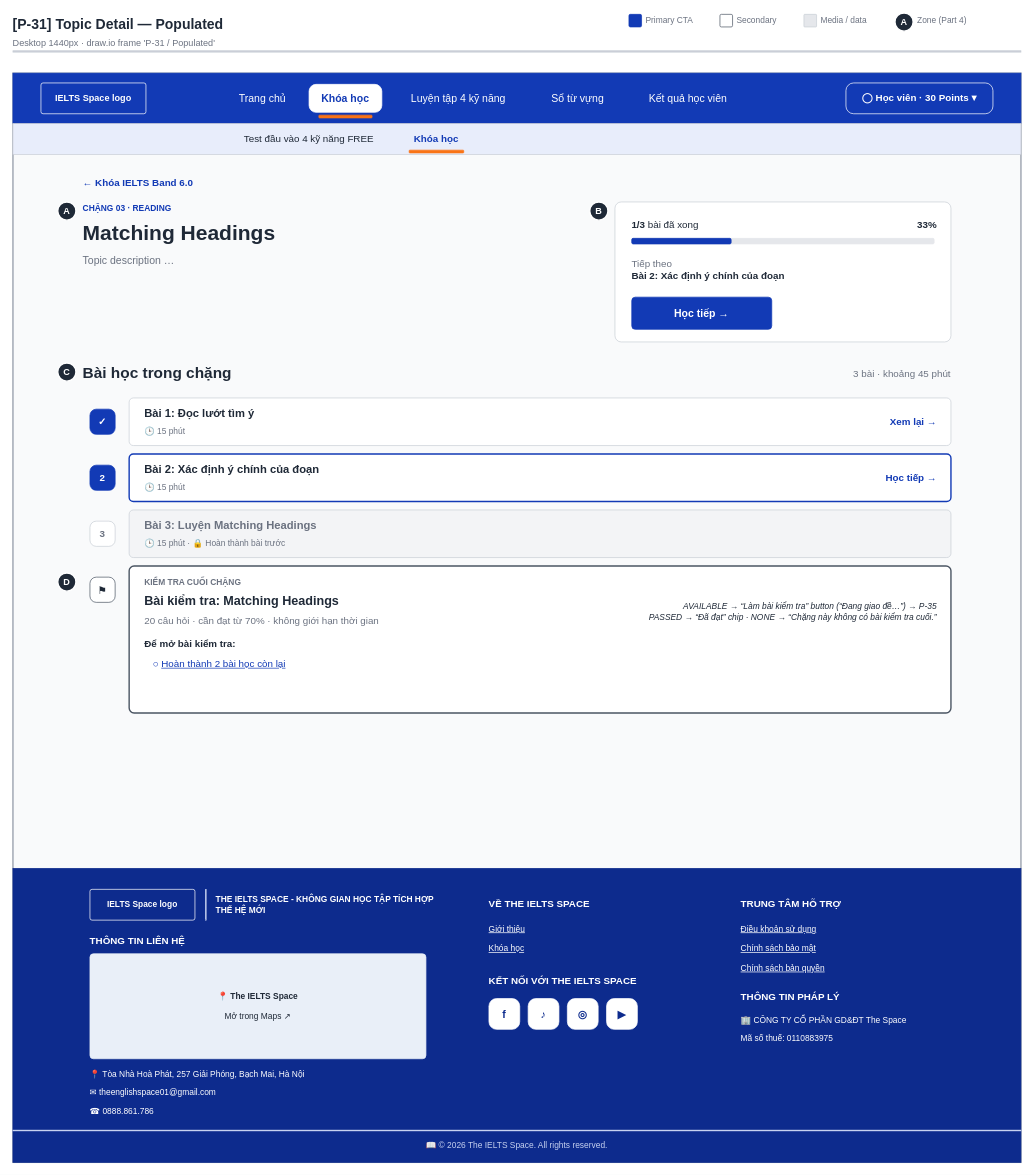
Earlier version of the draw.io diagram page "P-31 / Populated" (1 of 2) of wireframes/screens/P-31_TopicDetail.drawio (IeltsPath-Platform/docs). Source tidied: cells renumbered, new cells numbered last; positions are measured from the earlier drawing's top-left corner, leaving out a move shared by most shapes. Both pictures are drawn from the tidied source at 70%, with x=0, y=0 at pixel (13, 13).
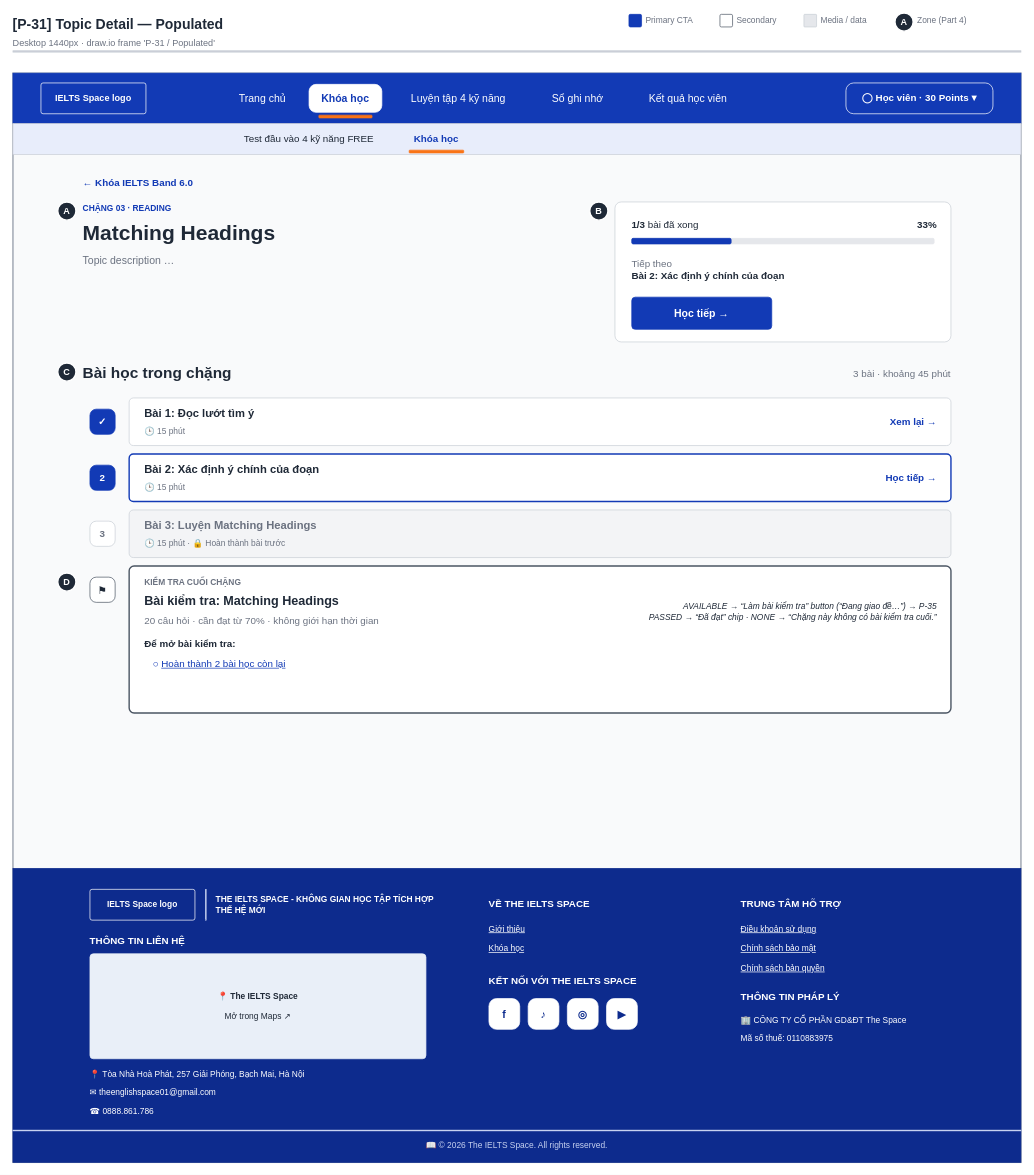
The same diagram, later.

The edit, as a diff of the source:
```diff
@@
-    <mxCell id="20" value="Sổ từ vựng" style="text;html=1;whiteSpace=wrap;align=center;verticalAlign=middle;fontFamily=Arial;fontSize=15;fontColor=#FFFFFF;fontStyle=0;spacing=0;" parent="1" vertex="1">
+    <mxCell id="20" value="Sổ ghi nhớ" style="text;html=1;whiteSpace=wrap;align=center;verticalAlign=middle;fontFamily=Arial;fontSize=15;fontColor=#FFFFFF;fontStyle=0;spacing=0;" parent="1" vertex="1">
       <mxGeometry x="746" y="102" width="122" height="40" as="geometry" />
     </mxCell>
```
